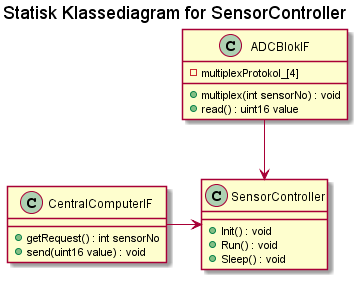
Solvgraa-mager/E4PRJ4 keeps this PlantUML diagram as Design/SE/SensorController/Software/SensorControllerKlassediagram/StatiskKlassediagramforSensorController.png. Above is the earlier version. Source of this version:
```plantuml
@startuml StatiskKlassediagramforSensorController
title Statisk Klassediagram for SensorController

class SensorController{
    +Init() : void
    +Run() : void
    +Sleep() : void
}
class ADCBlokIF{
    +multiplex(int sensorNo) : void
    +read() : uint16 value
    -multiplexProtokol_[4]
}
class CentralComputerIF{
    +getRequest() : int sensorNo
    +send(uint16 value) : void
}


ADCBlokIF --> SensorController
CentralComputerIF -> SensorController

@enduml
```
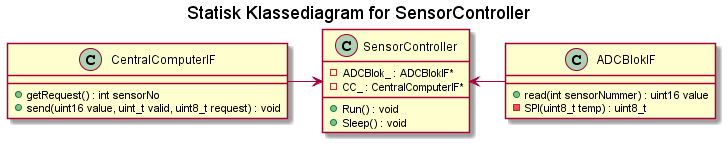
After the commit.

The edit, as a diff of the source:
```diff
@@ -1,23 +1,26 @@
 @startuml StatiskKlassediagramforSensorController
 title Statisk Klassediagram for SensorController
 
+
+class ADCBlokIF{
+    +read(int sensorNummer) : uint16 value
+    -SPI(uint8_t temp) : uint8_t
+}
+
 class SensorController{
-    +Init() : void
     +Run() : void
     +Sleep() : void
+    -ADCBlok_ : ADCBlokIF*
+    -CC_ : CentralComputerIF*
+
 }
-class ADCBlokIF{
-    +multiplex(int sensorNo) : void
-    +read() : uint16 value
-    -multiplexProtokol_[4]
-}
+
 class CentralComputerIF{
     +getRequest() : int sensorNo
-    +send(uint16 value) : void
+    +send(uint16 value, uint_t valid, uint8_t request) : void
 }
 
-
-ADCBlokIF --> SensorController
+SensorController <- ADCBlokIF
 CentralComputerIF -> SensorController
 
 @enduml
```
